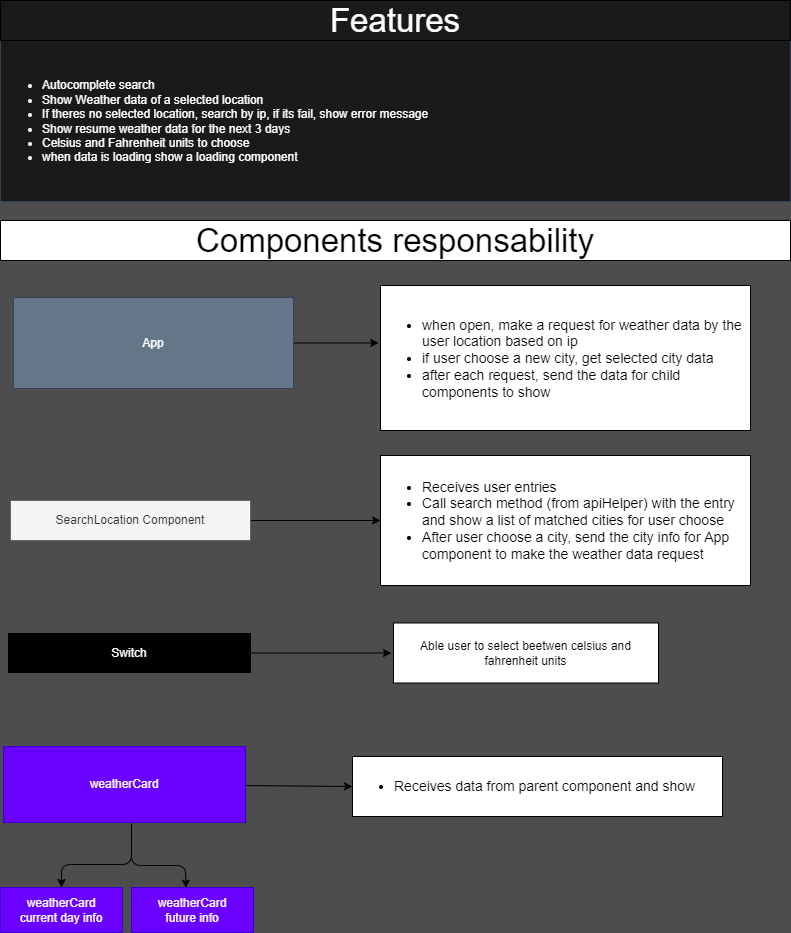
The draw.io diagram documentation/features.png in FelipeAnony/weather.io, before a commit. Source tidied: cells renumbered, new cells last; positions are measured from the earlier drawing's top-left corner, leaving out a move shared by most shapes. Its diagram source:
```xml
<mxGraphModel background="#4D4D4D">
  <root>
    <mxCell id="0" />
    <mxCell id="1" parent="0" />
    <mxCell id="2" value="&lt;div&gt;&lt;div&gt;&lt;br&gt;&lt;/div&gt;&lt;ul&gt;&lt;li&gt;Autocomplete search&lt;/li&gt;&lt;li&gt;Show Weather data of a selected location&lt;/li&gt;&lt;li&gt;If theres no selected location, search by ip, if its fail, show error message&lt;/li&gt;&lt;li&gt;Show resume weather data for the next 3 days&lt;/li&gt;&lt;li&gt;Celsius and Fahrenheit units to choose&lt;/li&gt;&lt;li&gt;when data is loading show a loading component&lt;/li&gt;&lt;/ul&gt;&lt;/div&gt;&lt;div&gt;&lt;br&gt;&lt;/div&gt;" style="whiteSpace=wrap;html=1;align=left;verticalAlign=middle;fillColor=#1A1A1A;fontColor=#ffffff;strokeColor=#314354;" parent="1" vertex="1">
      <mxGeometry y="40" width="790" height="161" as="geometry" />
    </mxCell>
    <mxCell id="3" value="Features" style="whiteSpace=wrap;html=1;fontSize=33;fillColor=#1A1A1A;fontColor=#FFFFFF;" parent="1" vertex="1">
      <mxGeometry width="790" height="40" as="geometry" />
    </mxCell>
    <mxCell id="4" style="edgeStyle=none;html=1;fontSize=33;entryX=0;entryY=0.5;entryDx=0;entryDy=0;" parent="1" edge="1" source="5" target="7">
      <mxGeometry relative="1" as="geometry" />
    </mxCell>
    <mxCell id="5" value="SearchLocation Component" style="rounded=0;whiteSpace=wrap;html=1;fillColor=#f5f5f5;strokeColor=#666666;fontColor=#333333;" parent="1" vertex="1">
      <mxGeometry x="10" y="500" width="240" height="40" as="geometry" />
    </mxCell>
    <mxCell id="6" value="Components responsability" style="whiteSpace=wrap;html=1;fontSize=33;" parent="1" vertex="1">
      <mxGeometry y="220" width="790" height="40" as="geometry" />
    </mxCell>
    <mxCell id="7" value="&lt;ul style=&quot;font-size: 14px&quot;&gt;&lt;li&gt;Receives user entries&amp;nbsp;&lt;/li&gt;&lt;li&gt;Call search method (from apiHelper) with the entry and show a list of matched cities for user choose&lt;/li&gt;&lt;li&gt;After user choose a city, send the city info for App component to make the weather data request&lt;/li&gt;&lt;/ul&gt;" style="whiteSpace=wrap;html=1;fontSize=33;align=left;" parent="1" vertex="1">
      <mxGeometry x="380" y="455" width="370" height="130" as="geometry" />
    </mxCell>
    <mxCell id="8" style="edgeStyle=none;html=1;entryX=0;entryY=0.5;entryDx=0;entryDy=0;" parent="1" edge="1" source="11" target="12">
      <mxGeometry relative="1" as="geometry" />
    </mxCell>
    <mxCell id="9" style="edgeStyle=none;html=1;entryX=0.5;entryY=0;entryDx=0;entryDy=0;" parent="1" edge="1" target="19">
      <mxGeometry relative="1" as="geometry">
        <mxPoint x="131" y="828" as="sourcePoint" />
        <Array as="points">
          <mxPoint x="131" y="864" />
          <mxPoint x="61" y="864" />
        </Array>
      </mxGeometry>
    </mxCell>
    <mxCell id="10" style="edgeStyle=none;html=1;exitX=0.529;exitY=1.013;exitDx=0;exitDy=0;exitPerimeter=0;entryX=0.446;entryY=0.013;entryDx=0;entryDy=0;entryPerimeter=0;" parent="1" edge="1" source="11" target="20">
      <mxGeometry relative="1" as="geometry">
        <Array as="points">
          <mxPoint x="131" y="865" />
          <mxPoint x="185" y="865" />
        </Array>
      </mxGeometry>
    </mxCell>
    <mxCell id="11" value="weatherCard" style="rounded=0;whiteSpace=wrap;html=1;fillColor=#6a00ff;fontColor=#ffffff;strokeColor=#3700CC;" parent="1" vertex="1">
      <mxGeometry x="3" y="746" width="242" height="76" as="geometry" />
    </mxCell>
    <mxCell id="12" value="&lt;ul style=&quot;font-size: 14px&quot;&gt;&lt;li&gt;Receives data from parent component and show&lt;/li&gt;&lt;/ul&gt;" style="whiteSpace=wrap;html=1;fontSize=33;align=left;" parent="1" vertex="1">
      <mxGeometry x="352" y="756" width="370" height="60" as="geometry" />
    </mxCell>
    <mxCell id="13" style="edgeStyle=none;html=1;fontSize=14;" parent="1" edge="1" source="14">
      <mxGeometry relative="1" as="geometry">
        <mxPoint x="378.2" y="342.5" as="targetPoint" />
      </mxGeometry>
    </mxCell>
    <mxCell id="14" value="App" style="rounded=0;whiteSpace=wrap;html=1;spacingBottom=0;fillColor=#647687;strokeColor=#314354;fontColor=#ffffff;" parent="1" vertex="1">
      <mxGeometry x="13" y="297" width="280" height="91" as="geometry" />
    </mxCell>
    <mxCell id="15" value="&lt;ul style=&quot;font-size: 14px&quot;&gt;&lt;li&gt;when open, make a request for weather data by the user location based on ip&lt;/li&gt;&lt;li&gt;if user choose a new city, get selected city data&lt;/li&gt;&lt;li&gt;after each request, send the data for child components to show&amp;nbsp;&lt;/li&gt;&lt;/ul&gt;" style="whiteSpace=wrap;html=1;fontSize=33;align=left;" parent="1" vertex="1">
      <mxGeometry x="380" y="285" width="370" height="145" as="geometry" />
    </mxCell>
    <mxCell id="16" style="edgeStyle=none;html=1;" parent="1" edge="1" source="17">
      <mxGeometry relative="1" as="geometry">
        <mxPoint x="391" y="652.5" as="targetPoint" />
      </mxGeometry>
    </mxCell>
    <mxCell id="17" value="Switch" style="rounded=0;whiteSpace=wrap;html=1;fillColor=#000000;labelBackgroundColor=none;fontColor=#FFFFFF;" parent="1" vertex="1">
      <mxGeometry x="8" y="633" width="242" height="39" as="geometry" />
    </mxCell>
    <mxCell id="18" value="Able user to select beetwen celsius and fahrenheit units" style="whiteSpace=wrap;html=1;" parent="1" vertex="1">
      <mxGeometry x="393" y="622.5" width="265" height="60" as="geometry" />
    </mxCell>
    <mxCell id="19" value="weatherCard&lt;br&gt;current day info" style="rounded=0;whiteSpace=wrap;html=1;fillColor=#6a00ff;fontColor=#ffffff;strokeColor=#3700CC;" parent="1" vertex="1">
      <mxGeometry y="887" width="122" height="45" as="geometry" />
    </mxCell>
    <mxCell id="20" value="weatherCard&lt;br&gt;future info" style="rounded=0;whiteSpace=wrap;html=1;fillColor=#6a00ff;fontColor=#ffffff;strokeColor=#3700CC;" parent="1" vertex="1">
      <mxGeometry x="131" y="887" width="122" height="45" as="geometry" />
    </mxCell>
  </root>
</mxGraphModel>
```
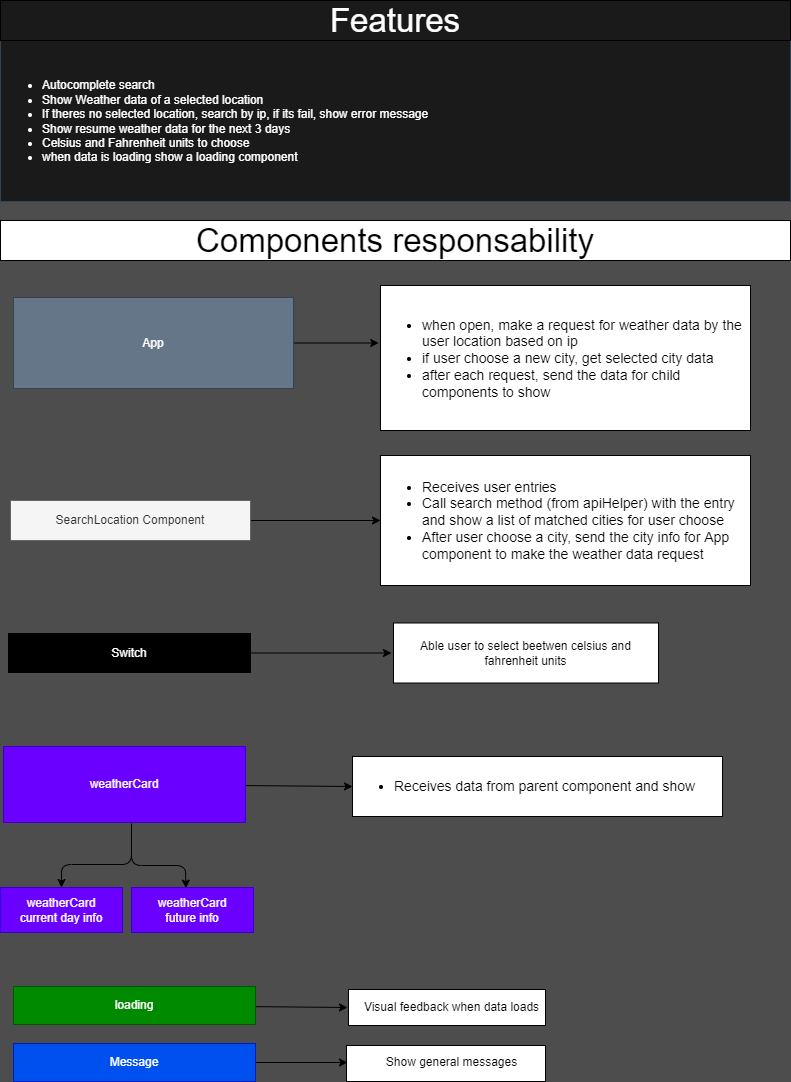
The same diagram one commit later.

What changed in the source:
```diff
@@ -2,6 +2,12 @@
   <root>
     <mxCell id="0" />
     <mxCell id="1" parent="0" />
+    <mxCell id="21" style="whiteSpace=wrap;html=1;" parent="1" vertex="1">
+      <mxGeometry x="346" y="1045" width="199" height="36" as="geometry" />
+    </mxCell>
+    <mxCell id="22" style="whiteSpace=wrap;html=1;" parent="1" vertex="1">
+      <mxGeometry x="348" y="989" width="197" height="36" as="geometry" />
+    </mxCell>
     <mxCell id="2" value="&lt;div&gt;&lt;div&gt;&lt;br&gt;&lt;/div&gt;&lt;ul&gt;&lt;li&gt;Autocomplete search&lt;/li&gt;&lt;li&gt;Show Weather data of a selected location&lt;/li&gt;&lt;li&gt;If theres no selected location, search by ip, if its fail, show error message&lt;/li&gt;&lt;li&gt;Show resume weather data for the next 3 days&lt;/li&gt;&lt;li&gt;Celsius and Fahrenheit units to choose&lt;/li&gt;&lt;li&gt;when data is loading show a loading component&lt;/li&gt;&lt;/ul&gt;&lt;/div&gt;&lt;div&gt;&lt;br&gt;&lt;/div&gt;" style="whiteSpace=wrap;html=1;align=left;verticalAlign=middle;fillColor=#1A1A1A;fontColor=#ffffff;strokeColor=#314354;" parent="1" vertex="1">
       <mxGeometry y="40" width="790" height="161" as="geometry" />
     </mxCell>
@@ -74,5 +80,27 @@
     <mxCell id="20" value="weatherCard&lt;br&gt;future info" style="rounded=0;whiteSpace=wrap;html=1;fillColor=#6a00ff;fontColor=#ffffff;strokeColor=#3700CC;" parent="1" vertex="1">
       <mxGeometry x="131" y="887" width="122" height="45" as="geometry" />
     </mxCell>
+    <mxCell id="23" style="edgeStyle=none;html=1;" parent="1" edge="1" source="24">
+      <mxGeometry relative="1" as="geometry">
+        <mxPoint x="347" y="1007" as="targetPoint" />
+      </mxGeometry>
+    </mxCell>
+    <mxCell id="24" value="loading" style="rounded=0;whiteSpace=wrap;html=1;fillColor=#008a00;fontColor=#ffffff;strokeColor=#005700;" parent="1" vertex="1">
+      <mxGeometry x="13" y="986" width="242" height="38" as="geometry" />
+    </mxCell>
+    <mxCell id="25" style="edgeStyle=none;html=1;" parent="1" edge="1" source="26">
+      <mxGeometry relative="1" as="geometry">
+        <mxPoint x="347" y="1062" as="targetPoint" />
+      </mxGeometry>
+    </mxCell>
+    <mxCell id="26" value="Message" style="rounded=0;whiteSpace=wrap;html=1;fillColor=#0050ef;fontColor=#ffffff;strokeColor=#001DBC;" parent="1" vertex="1">
+      <mxGeometry x="13" y="1043" width="242" height="38" as="geometry" />
+    </mxCell>
+    <mxCell id="27" value="Visual feedback when data loads" style="text;html=1;align=center;verticalAlign=middle;strokeColor=none;fillColor=none;" parent="1" vertex="1">
+      <mxGeometry x="358" y="998" width="185" height="18" as="geometry" />
+    </mxCell>
+    <mxCell id="28" value="Show general messages" style="text;html=1;align=center;verticalAlign=middle;strokeColor=none;fillColor=none;" parent="1" vertex="1">
+      <mxGeometry x="380" y="1053" width="141" height="18" as="geometry" />
+    </mxCell>
   </root>
 </mxGraphModel>
```
